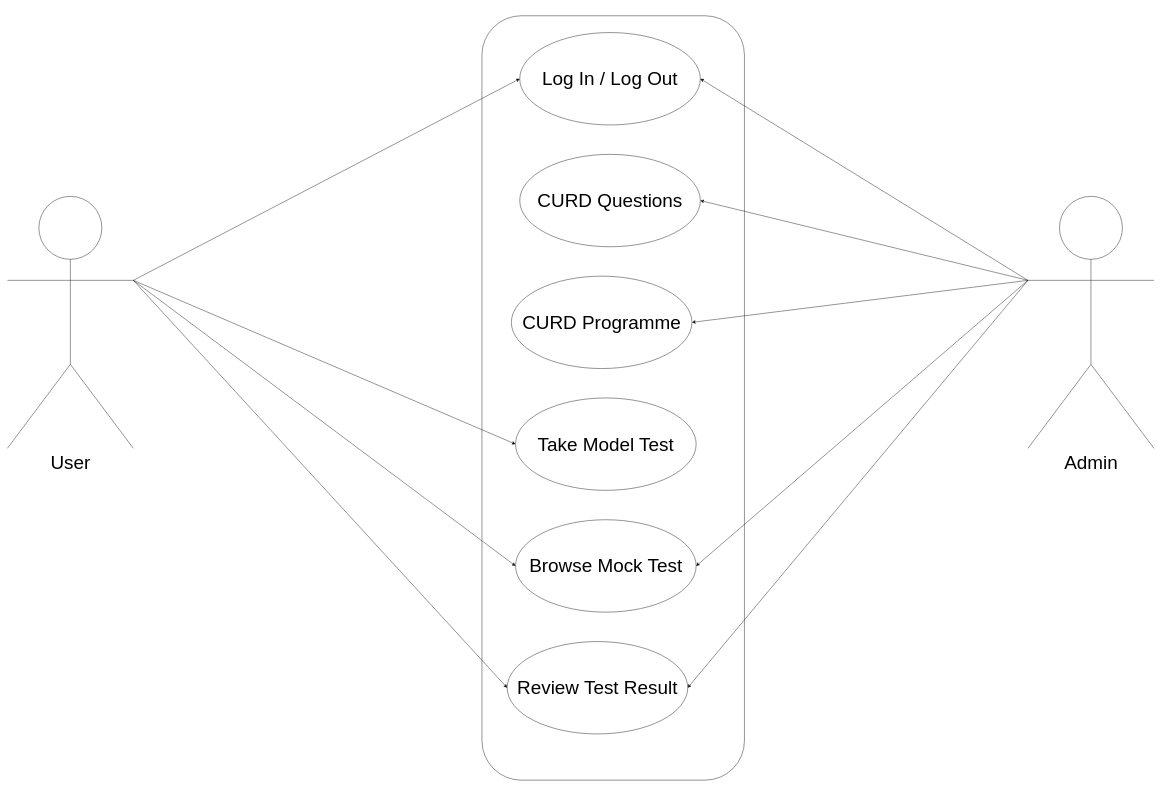
Before: static/Project Diagram/Use Case Diagram.drawio in sainisoftravi/online_entrance, a draw.io diagram. Source tidied: cells renumbered, new cells numbered last; positions are measured from the earlier drawing's top-left corner, leaving out a move shared by most shapes. Both pictures are drawn from the tidied source at 42%, with x=0, y=0 at pixel (7, 16).
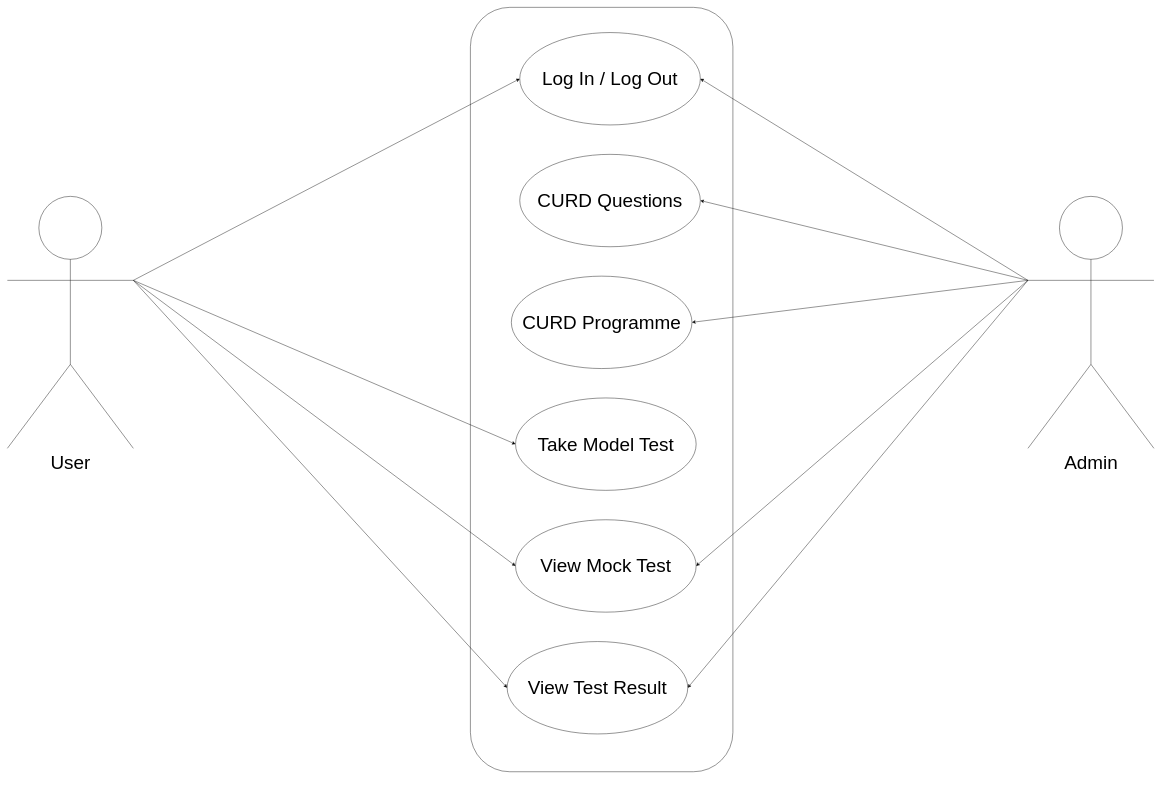
The same page after the edit.

The edit, as a diff of the source:
```diff
@@
     <mxCell id="2" style="rounded=1;whiteSpace=wrap;html=1;" parent="1" vertex="1">
-      <mxGeometry x="1130" width="625" height="1820" as="geometry" />
+      <mxGeometry x="1102.5" y="-20" width="625" height="1820" as="geometry" />
     </mxCell>
@@
-    <mxCell id="7" value="&lt;font style=&quot;font-size: 45px;&quot;&gt;Browse Mock Test&lt;/font&gt;" style="ellipse;whiteSpace=wrap;html=1;" parent="1" vertex="1">
+    <mxCell id="7" value="&lt;font style=&quot;font-size: 45px;&quot;&gt;View Mock Test&lt;/font&gt;" style="ellipse;whiteSpace=wrap;html=1;" parent="1" vertex="1">
       <mxGeometry x="1210" y="1200" width="430" height="220" as="geometry" />
     </mxCell>
-    <mxCell id="8" value="&lt;font style=&quot;font-size: 45px;&quot;&gt;Review Test Result&lt;/font&gt;" style="ellipse;whiteSpace=wrap;html=1;" parent="1" vertex="1">
+    <mxCell id="8" value="&lt;font style=&quot;font-size: 45px;&quot;&gt;View Test Result&lt;/font&gt;" style="ellipse;whiteSpace=wrap;html=1;" parent="1" vertex="1">
       <mxGeometry x="1190" y="1490" width="430" height="220" as="geometry" />
     </mxCell>
```
